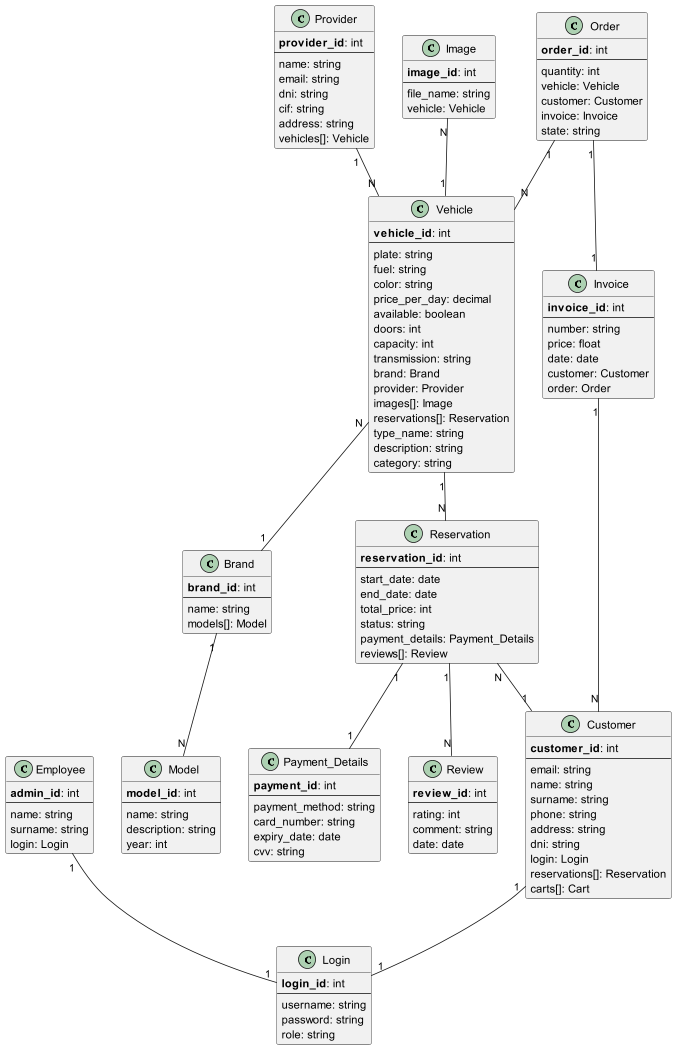
This is docs/LegacyMotorsModel.png from andreuador/LegacyMotors3.0, a PlantUML export, as it was before one commit.
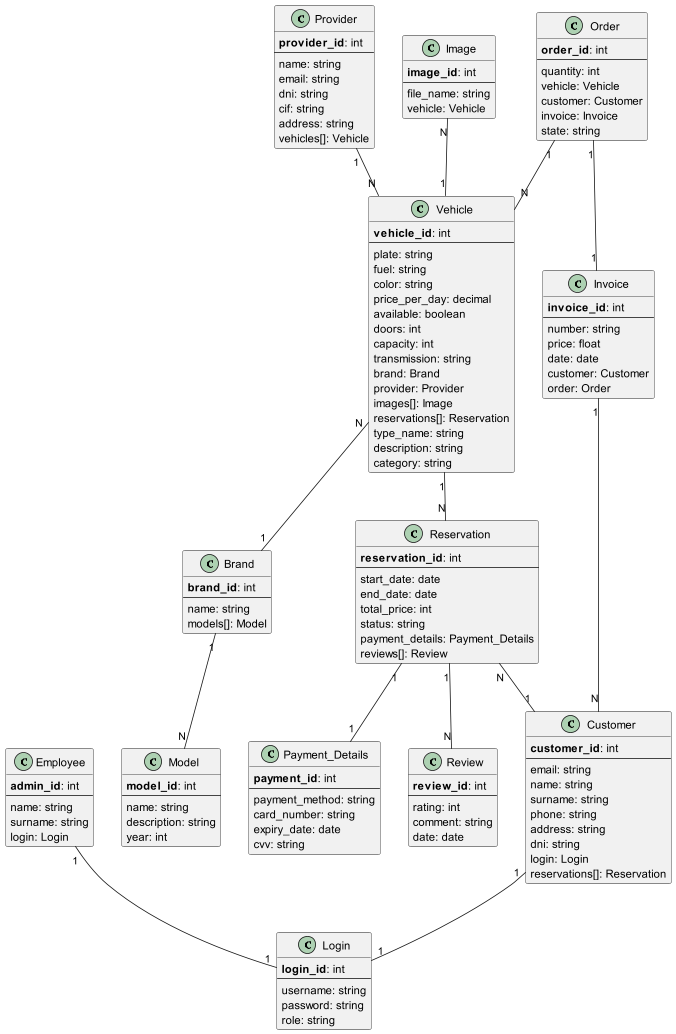
The same file after the commit.

What changed in the source:
```diff
@@ -14,7 +14,6 @@
     dni: string
     login: Login
     reservations[]: Reservation
-    carts[]: Cart
 }
 
 Table(Employee, employee) {
```
